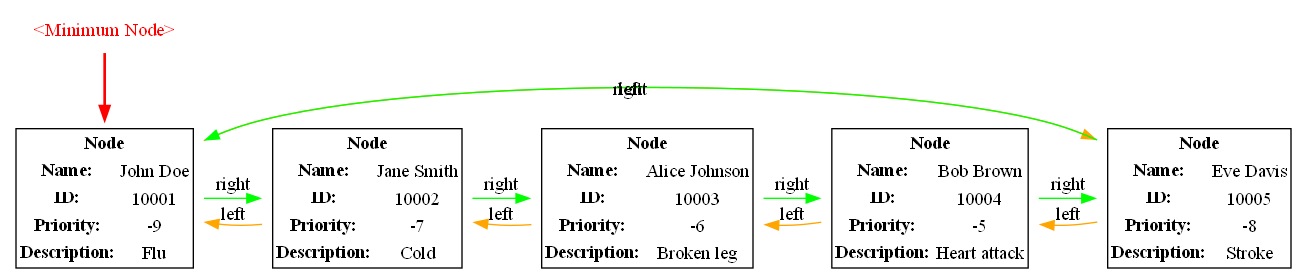
Before: fibonacci_heap.png, a diagram exported from Graphviz (ahmednasri05/Fibonacci-heap). Its source is kept beside it as fibonacci_heap.dot.
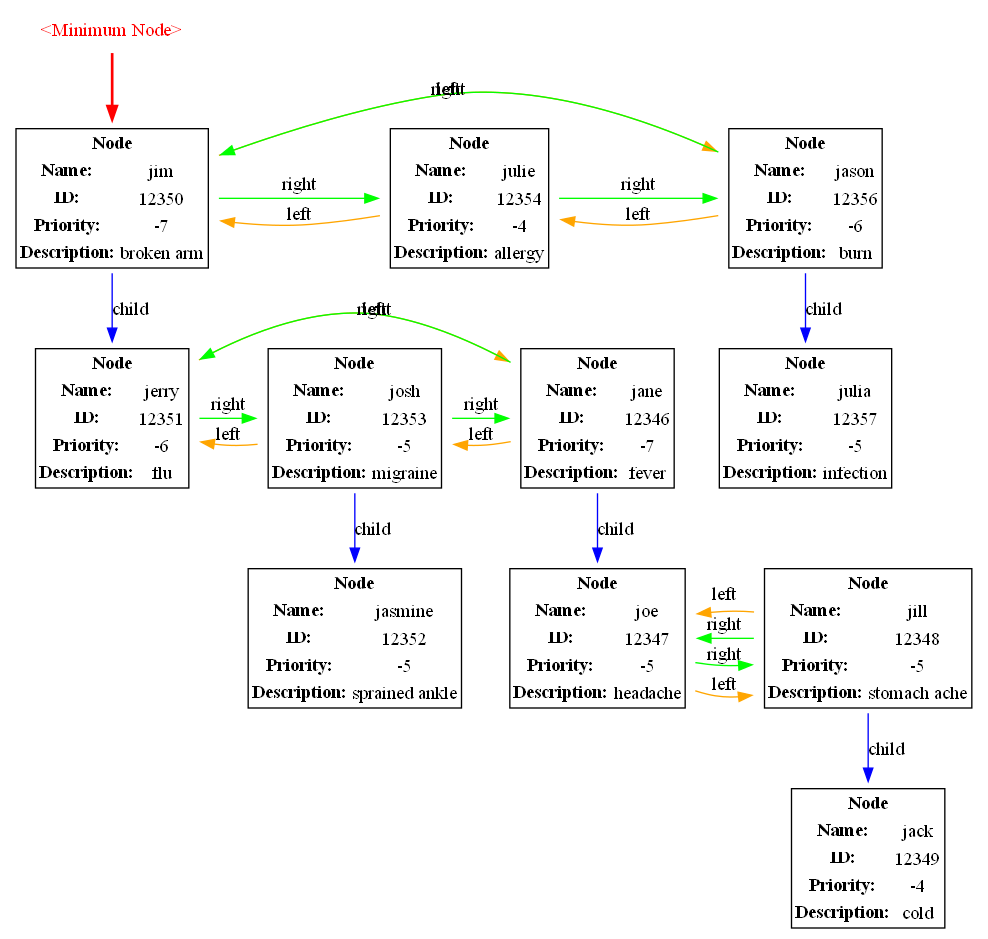
After the change.

Diff of the diagram source:
```diff
@@ -2,61 +2,129 @@
     graph [rankdir=TB];
     node [shape=plaintext];
     MinPointer [shape=plaintext, label="<Minimum Node>", fontcolor=red];
-    Node0xfe18a0 [label=<
+    Node0x10a7dd8 [label=<
         <table border="1" cellborder="0" cellspacing="0">
             <tr><td colspan="2"><b>Node</b></td></tr>
-            <tr><td><b>Name:</b></td><td>John Doe</td></tr>
-            <tr><td><b>ID:</b></td><td>10001</td></tr>
-            <tr><td><b>Priority:</b></td><td>-9</td></tr>
-            <tr><td><b>Description:</b></td><td>Flu</td></tr>
+            <tr><td><b>Name:</b></td><td>jim</td></tr>
+            <tr><td><b>ID:</b></td><td>12350</td></tr>
+            <tr><td><b>Priority:</b></td><td>-7</td></tr>
+            <tr><td><b>Description:</b></td><td>broken arm</td></tr>
         </table>
     >];
-    MinPointer -> Node0xfe18a0 [color=red, penwidth=2];
-    Node0xfe18a0 -> Node0xfe0520 [label="right", color=green, constraint=false];
-    Node0xfe18a0 -> Node0xfeb2d0 [label="left", color=orange, constraint=false];
-    Node0xfe0520 [label=<
+    MinPointer -> Node0x10a7dd8 [color=red, penwidth=2];
+    Node0x10a7dd8 -> Node0x10a7ed0 [label="child", color=blue];
+    Node0x10a7ed0 [label=<
         <table border="1" cellborder="0" cellspacing="0">
             <tr><td colspan="2"><b>Node</b></td></tr>
-            <tr><td><b>Name:</b></td><td>Jane Smith</td></tr>
-            <tr><td><b>ID:</b></td><td>10002</td></tr>
-            <tr><td><b>Priority:</b></td><td>-7</td></tr>
-            <tr><td><b>Description:</b></td><td>Cold</td></tr>
+            <tr><td><b>Name:</b></td><td>jerry</td></tr>
+            <tr><td><b>ID:</b></td><td>12351</td></tr>
+            <tr><td><b>Priority:</b></td><td>-6</td></tr>
+            <tr><td><b>Description:</b></td><td>flu</td></tr>
         </table>
     >];
-    Node0xfe0520 -> Node0xfeb0e0 [label="right", color=green, constraint=false];
-    Node0xfe0520 -> Node0xfe18a0 [label="left", color=orange, constraint=false];
-    Node0xfeb0e0 [label=<
+    Node0x10a7ed0 -> Node0x10a80c0 [label="right", color=green, constraint=false];
+    Node0x10a7ed0 -> Node0x10a1810 [label="left", color=orange, constraint=false];
+    Node0x10a80c0 [label=<
         <table border="1" cellborder="0" cellspacing="0">
             <tr><td colspan="2"><b>Node</b></td></tr>
-            <tr><td><b>Name:</b></td><td>Alice Johnson</td></tr>
-            <tr><td><b>ID:</b></td><td>10003</td></tr>
-            <tr><td><b>Priority:</b></td><td>-6</td></tr>
-            <tr><td><b>Description:</b></td><td>Broken leg</td></tr>
+            <tr><td><b>Name:</b></td><td>josh</td></tr>
+            <tr><td><b>ID:</b></td><td>12353</td></tr>
+            <tr><td><b>Priority:</b></td><td>-5</td></tr>
+            <tr><td><b>Description:</b></td><td>migraine</td></tr>
         </table>
     >];
-    Node0xfeb0e0 -> Node0xfeb1d8 [label="right", color=green, constraint=false];
-    Node0xfeb0e0 -> Node0xfe0520 [label="left", color=orange, constraint=false];
-    Node0xfeb1d8 [label=<
+    Node0x10a80c0 -> Node0x10a7fc8 [label="child", color=blue];
+    Node0x10a7fc8 [label=<
         <table border="1" cellborder="0" cellspacing="0">
             <tr><td colspan="2"><b>Node</b></td></tr>
-            <tr><td><b>Name:</b></td><td>Bob Brown</td></tr>
-            <tr><td><b>ID:</b></td><td>10004</td></tr>
+            <tr><td><b>Name:</b></td><td>jasmine</td></tr>
+            <tr><td><b>ID:</b></td><td>12352</td></tr>
             <tr><td><b>Priority:</b></td><td>-5</td></tr>
-            <tr><td><b>Description:</b></td><td>Heart attack</td></tr>
+            <tr><td><b>Description:</b></td><td>sprained ankle</td></tr>
         </table>
     >];
-    Node0xfeb1d8 -> Node0xfeb2d0 [label="right", color=green, constraint=false];
-    Node0xfeb1d8 -> Node0xfeb0e0 [label="left", color=orange, constraint=false];
-    Node0xfeb2d0 [label=<
+    Node0x10a80c0 -> Node0x10a1810 [label="right", color=green, constraint=false];
+    Node0x10a80c0 -> Node0x10a7ed0 [label="left", color=orange, constraint=false];
+    Node0x10a1810 [label=<
         <table border="1" cellborder="0" cellspacing="0">
             <tr><td colspan="2"><b>Node</b></td></tr>
-            <tr><td><b>Name:</b></td><td>Eve Davis</td></tr>
-            <tr><td><b>ID:</b></td><td>10005</td></tr>
-            <tr><td><b>Priority:</b></td><td>-8</td></tr>
-            <tr><td><b>Description:</b></td><td>Stroke</td></tr>
+            <tr><td><b>Name:</b></td><td>jane</td></tr>
+            <tr><td><b>ID:</b></td><td>12346</td></tr>
+            <tr><td><b>Priority:</b></td><td>-7</td></tr>
+            <tr><td><b>Description:</b></td><td>fever</td></tr>
         </table>
     >];
-    Node0xfeb2d0 -> Node0xfe18a0 [label="right", color=green, constraint=false];
-    Node0xfeb2d0 -> Node0xfeb1d8 [label="left", color=orange, constraint=false];
-    { rank=same; Node0xfe18a0; Node0xfe0520; Node0xfeb0e0; Node0xfeb1d8; Node0xfeb2d0; }
+    Node0x10a1810 -> Node0x10a7af0 [label="child", color=blue];
+    Node0x10a7af0 [label=<
+        <table border="1" cellborder="0" cellspacing="0">
+            <tr><td colspan="2"><b>Node</b></td></tr>
+            <tr><td><b>Name:</b></td><td>joe</td></tr>
+            <tr><td><b>ID:</b></td><td>12347</td></tr>
+            <tr><td><b>Priority:</b></td><td>-5</td></tr>
+            <tr><td><b>Description:</b></td><td>headache</td></tr>
+        </table>
+    >];
+    Node0x10a7af0 -> Node0x10a7be8 [label="right", color=green, constraint=false];
+    Node0x10a7af0 -> Node0x10a7be8 [label="left", color=orange, constraint=false];
+    Node0x10a7be8 [label=<
+        <table border="1" cellborder="0" cellspacing="0">
+            <tr><td colspan="2"><b>Node</b></td></tr>
+            <tr><td><b>Name:</b></td><td>jill</td></tr>
+            <tr><td><b>ID:</b></td><td>12348</td></tr>
+            <tr><td><b>Priority:</b></td><td>-5</td></tr>
+            <tr><td><b>Description:</b></td><td>stomach ache</td></tr>
+        </table>
+    >];
+    Node0x10a7be8 -> Node0x10a7ce0 [label="child", color=blue];
+    Node0x10a7ce0 [label=<
+        <table border="1" cellborder="0" cellspacing="0">
+            <tr><td colspan="2"><b>Node</b></td></tr>
+            <tr><td><b>Name:</b></td><td>jack</td></tr>
+            <tr><td><b>ID:</b></td><td>12349</td></tr>
+            <tr><td><b>Priority:</b></td><td>-4</td></tr>
+            <tr><td><b>Description:</b></td><td>cold</td></tr>
+        </table>
+    >];
+    Node0x10a7be8 -> Node0x10a7af0 [label="right", color=green, constraint=false];
+    Node0x10a7be8 -> Node0x10a7af0 [label="left", color=orange, constraint=false];
+    Node0x10a1810 -> Node0x10a7ed0 [label="right", color=green, constraint=false];
+    Node0x10a1810 -> Node0x10a80c0 [label="left", color=orange, constraint=false];
+    Node0x10a7dd8 -> Node0x10a81b8 [label="right", color=green, constraint=false];
+    Node0x10a7dd8 -> Node0x10a8338 [label="left", color=orange, constraint=false];
+    Node0x10a81b8 [label=<
+        <table border="1" cellborder="0" cellspacing="0">
+            <tr><td colspan="2"><b>Node</b></td></tr>
+            <tr><td><b>Name:</b></td><td>julie</td></tr>
+            <tr><td><b>ID:</b></td><td>12354</td></tr>
+            <tr><td><b>Priority:</b></td><td>-4</td></tr>
+            <tr><td><b>Description:</b></td><td>allergy</td></tr>
+        </table>
+    >];
+    Node0x10a81b8 -> Node0x10a8338 [label="right", color=green, constraint=false];
+    Node0x10a81b8 -> Node0x10a7dd8 [label="left", color=orange, constraint=false];
+    Node0x10a8338 [label=<
+        <table border="1" cellborder="0" cellspacing="0">
+            <tr><td colspan="2"><b>Node</b></td></tr>
+            <tr><td><b>Name:</b></td><td>jason</td></tr>
+            <tr><td><b>ID:</b></td><td>12356</td></tr>
+            <tr><td><b>Priority:</b></td><td>-6</td></tr>
+            <tr><td><b>Description:</b></td><td>burn</td></tr>
+        </table>
+    >];
+    Node0x10a8338 -> Node0x10a0520 [label="child", color=blue];
+    Node0x10a0520 [label=<
+        <table border="1" cellborder="0" cellspacing="0">
+            <tr><td colspan="2"><b>Node</b></td></tr>
+            <tr><td><b>Name:</b></td><td>julia</td></tr>
+            <tr><td><b>ID:</b></td><td>12357</td></tr>
+            <tr><td><b>Priority:</b></td><td>-5</td></tr>
+            <tr><td><b>Description:</b></td><td>infection</td></tr>
+        </table>
+    >];
+    Node0x10a8338 -> Node0x10a7dd8 [label="right", color=green, constraint=false];
+    Node0x10a8338 -> Node0x10a81b8 [label="left", color=orange, constraint=false];
+    { rank=same; Node0x10a7dd8; Node0x10a81b8; Node0x10a8338; }
+    { rank=same; Node0x10a7ed0; Node0x10a80c0; Node0x10a1810; Node0x10a0520; }
+    { rank=same; Node0x10a7fc8; Node0x10a7af0; Node0x10a7be8; }
+    { rank=same; Node0x10a7ce0; }
 }
```
